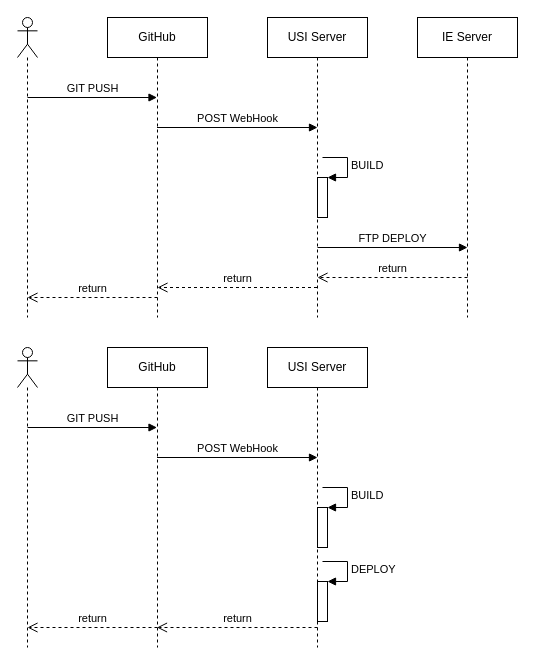
This is page "CI" (1 of 2) of Architecture.drawio from kandiu/draw.io, a draw.io file, before an edit. Source tidied: cells renumbered, new cells numbered last; positions are measured from the earlier drawing's top-left corner, leaving out a move shared by most shapes. Both pictures are drawn from the tidied source at 100%, with x=0, y=0 at pixel (17, 17).
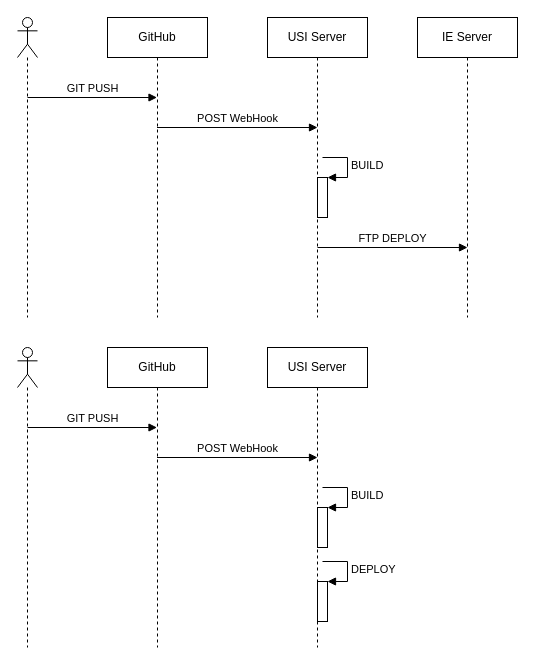
After the change.

Unchanged cells that the change refers to:
```xml
<mxCell id="6" value="USI Server" style="shape=umlLifeline;perimeter=lifelinePerimeter;whiteSpace=wrap;html=1;outlineConnect=0;" parent="2" vertex="1">
  <mxGeometry x="250" width="100" height="300" as="geometry" />
</mxCell>
<mxCell id="12" value="GitHub" style="shape=umlLifeline;perimeter=lifelinePerimeter;whiteSpace=wrap;html=1;outlineConnect=0;" parent="2" vertex="1">
  <mxGeometry x="90" y="330" width="100" height="300" as="geometry" />
</mxCell>
```

What changed in the source:
```diff
@@
-    <mxCell id="21" value="return" style="html=1;verticalAlign=bottom;endArrow=open;dashed=1;endSize=8;" parent="2" edge="1" target="12">
-      <mxGeometry relative="1" as="geometry">
-        <mxPoint x="300" y="610" as="sourcePoint" />
-      </mxGeometry>
-    </mxCell>
-    <mxCell id="22" value="return" style="html=1;verticalAlign=bottom;endArrow=open;dashed=1;endSize=8;" parent="2" edge="1">
-      <mxGeometry relative="1" as="geometry">
-        <mxPoint x="140" y="610" as="sourcePoint" />
-        <mxPoint x="10" y="610" as="targetPoint" />
-      </mxGeometry>
-    </mxCell>
-    <mxCell id="23" value="return" style="html=1;verticalAlign=bottom;endArrow=open;dashed=1;endSize=8;" parent="2" edge="1">
-      <mxGeometry relative="1" as="geometry">
-        <mxPoint x="450" y="260" as="sourcePoint" />
-        <mxPoint x="300" y="260" as="targetPoint" />
-      </mxGeometry>
-    </mxCell>
-    <mxCell id="24" value="return" style="html=1;verticalAlign=bottom;endArrow=open;dashed=1;endSize=8;" parent="2" edge="1">
-      <mxGeometry relative="1" as="geometry">
-        <mxPoint x="140" y="280" as="sourcePoint" />
-        <mxPoint x="10" y="280" as="targetPoint" />
-      </mxGeometry>
-    </mxCell>
-    <mxCell id="25" value="return" style="html=1;verticalAlign=bottom;endArrow=open;dashed=1;endSize=8;" parent="2" edge="1" source="6">
-      <mxGeometry relative="1" as="geometry">
-        <mxPoint x="140" y="270" as="targetPoint" />
-      </mxGeometry>
-    </mxCell>
```
